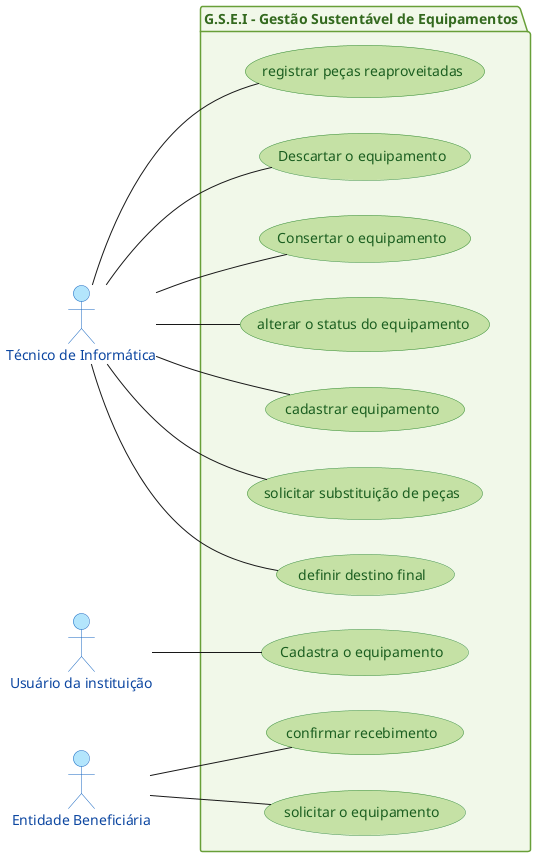
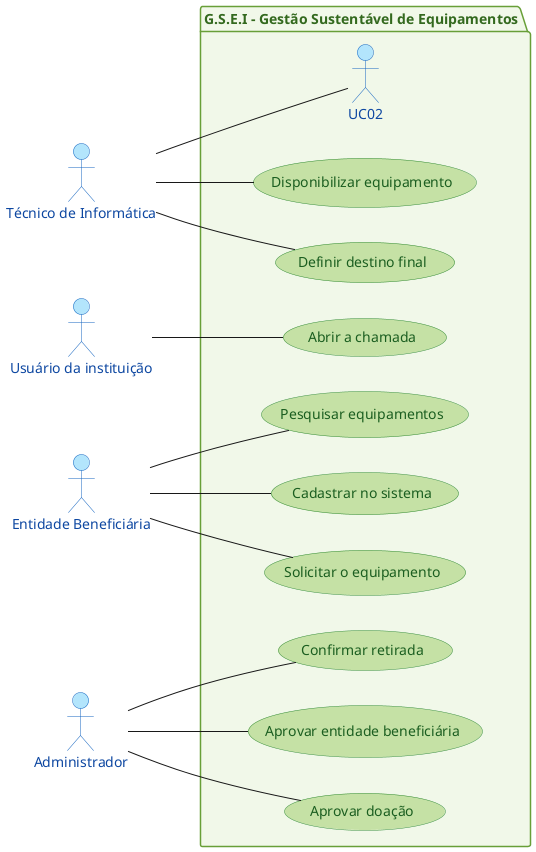
@startuml
!define LIGHTGREEN #c5e1a5
!define LIGHTBLUE #b3e5fc
!define WHITE #ffffff

left to right direction

skinparam backgroundColor WHITE
skinparam usecase {
  BackgroundColor LIGHTGREEN
  BorderColor #388e3c
  FontColor #1b5e20
}

skinparam actor {
  BackgroundColor LIGHTBLUE
  BorderColor #1565c0
  FontColor #0d47a1
}

skinparam package {
  BackgroundColor #f1f8e9
  BorderColor #689f38
  FontColor #33691e
}

  actor "Técnico de Informática" as Tecnico
  actor "Usuário da instituição" as usuario
  actor "Entidade Beneficiária" as Entidade
+   actor "Administrador" as ADM

package "G.S.E.I - Gestão Sustentável de Equipamentos" {

  ' Técnico de Informática
-   usecase "alterar o status do equipamento" as UC01
-   usecase "cadastrar equipamento" as UC02
-   usecase "solicitar substituição de peças" as UC03
-   usecase "definir destino final" as UC04
-   usecase "registrar peças reaproveitadas" as UC05
-   usecase "Descartar o equipamento" as UC06
-   usecase "Consertar o equipamento" as UC07
+   usecase "Disponibilizar equipamento" as UC01
+   usecase "Cadastrar equipamento" as UC04
+   usecase "Definir destino final" as UC03

  ' Entidade Beneficiária
-   usecase "solicitar o equipamento" as UC08
-   usecase "confirmar recebimento" as UC09
+   usecase "Cadastrar no sistema" as UC04
+   usecase "Pesquisar equipamentos" as UC05
+   usecase "Solicitar o equipamento" as UC06

  ' Usuário da instituição
-   usecase "Cadastra o equipamento" as UC10
+   usecase "Abrir a chamada" as UC07
+ 
+   ' ADM
+   usecase "Confirmar retirada" as UC08
+   usecase "Aprovar entidade beneficiária" as UC09
+   usecase "Aprovar doação" as UC10

  ' Actor associations
  Tecnico -- UC01
  Tecnico -- UC02
  Tecnico -- UC03
-   Tecnico -- UC04
-   Tecnico -- UC05
-   Tecnico -- UC06
-   Tecnico -- UC07

-   Entidade -- UC08
-   Entidade -- UC09
+   Entidade -- UC04
+   Entidade -- UC05
+   Entidade -- UC06

-   usuario -- UC10
+   usuario -- UC07
+ 
+   ADM -- UC08
+   ADM -- UC09
+   ADM -- UC10
}

@enduml
